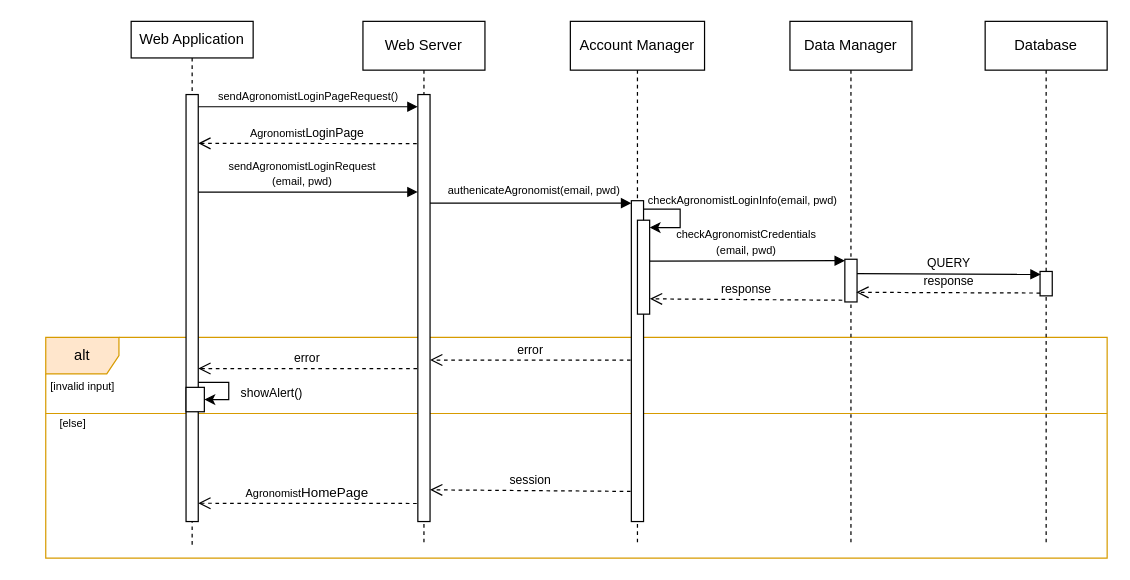
ictar/DREAM-SE2-Project-2022 keeps this draw.io diagram as page "A-login-UC2" (2 of 18) of DD/UML/Runtime.drawio. Above is the earlier version. Source tidied: cells renumbered, new cells numbered last; positions are measured from the earlier drawing's top-left corner, leaving out a move shared by most shapes. Both pictures are drawn from the tidied source at 122%, with x=0, y=0 at pixel (21, 21).
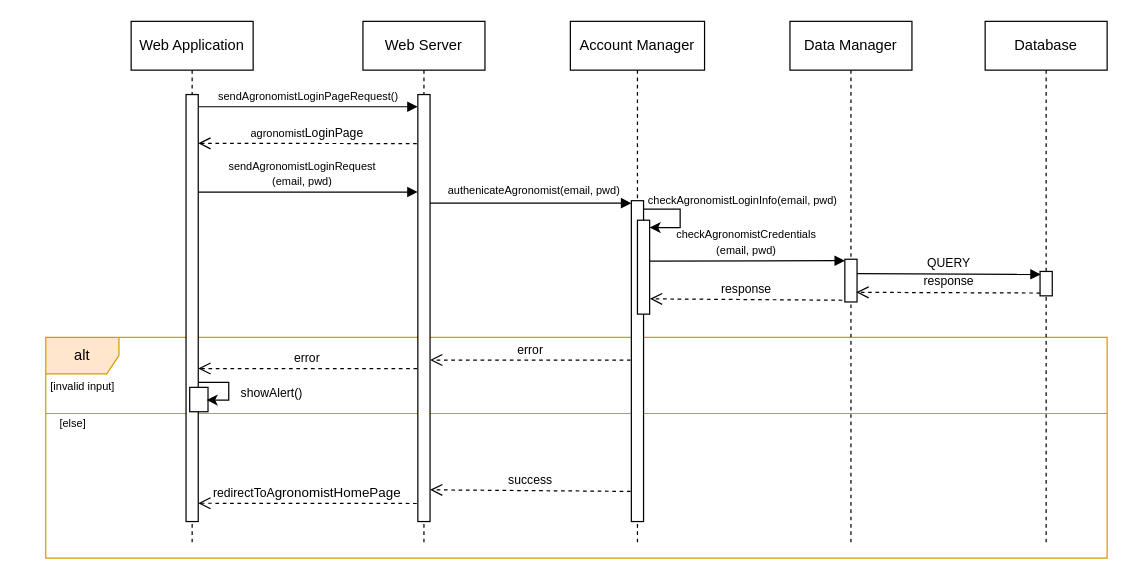
After the change.

What changed in the source:
```diff
@@
-    <mxCell id="4" value="Web Application" style="shape=umlLifeline;perimeter=lifelinePerimeter;whiteSpace=wrap;html=1;size=30;" parent="1" vertex="1">
+    <mxCell id="4" value="Web Application" style="shape=umlLifeline;perimeter=lifelinePerimeter;whiteSpace=wrap;html=1;size=40;" parent="1" vertex="1">
       <mxGeometry x="90" width="100" height="430" as="geometry" />
     </mxCell>
@@
-    <mxCell id="8" value="&lt;span style=&quot;font-size: 9px&quot;&gt;Agronomist&lt;/span&gt;HomePage" style="html=1;verticalAlign=bottom;endArrow=open;dashed=1;endSize=8;exitX=-0.09;exitY=0.822;rounded=0;exitDx=0;exitDy=0;exitPerimeter=0;" parent="1" edge="1">
+    <mxCell id="8" value="&lt;span style=&quot;font-family: &amp;#34;helvetica&amp;#34; ; font-size: x-small&quot;&gt;redirectToA&lt;/span&gt;gronomistHomePage" style="html=1;verticalAlign=bottom;endArrow=open;dashed=1;endSize=8;exitX=-0.09;exitY=0.822;rounded=0;exitDx=0;exitDy=0;exitPerimeter=0;" parent="1" edge="1">
       <mxGeometry relative="1" as="geometry">
         <mxPoint x="324.1" y="395.2" as="sourcePoint" />
         <mxPoint x="145" y="395" as="targetPoint" />
       </mxGeometry>
     </mxCell>
@@
-    <mxCell id="23" value="&lt;span style=&quot;font-size: 10px&quot;&gt;session&lt;/span&gt;" style="html=1;verticalAlign=bottom;endArrow=open;dashed=1;endSize=8;rounded=0;exitX=-0.067;exitY=0.831;exitDx=0;exitDy=0;exitPerimeter=0;entryX=0.992;entryY=0.251;entryDx=0;entryDy=0;entryPerimeter=0;" parent="1" edge="1">
+    <mxCell id="23" value="&lt;span style=&quot;font-size: 10px&quot;&gt;success&lt;/span&gt;" style="html=1;verticalAlign=bottom;endArrow=open;dashed=1;endSize=8;rounded=0;exitX=-0.067;exitY=0.831;exitDx=0;exitDy=0;exitPerimeter=0;entryX=0.992;entryY=0.251;entryDx=0;entryDy=0;entryPerimeter=0;" parent="1" edge="1">
       <mxGeometry relative="1" as="geometry">
         <mxPoint x="499.4" y="385.3" as="sourcePoint" />
         <mxPoint x="335" y="384" as="targetPoint" />
       </mxGeometry>
     </mxCell>
@@
-    <mxCell id="27" value="&lt;font style=&quot;font-size: 10px&quot;&gt;&lt;span style=&quot;font-size: 9px&quot;&gt;Agronomist&lt;/span&gt;LoginPage&lt;/font&gt;" style="html=1;verticalAlign=bottom;endArrow=open;dashed=1;endSize=8;exitX=-0.09;exitY=0.822;rounded=0;exitDx=0;exitDy=0;exitPerimeter=0;" parent="1" edge="1">
+    <mxCell id="27" value="&lt;font style=&quot;font-size: 10px&quot;&gt;&lt;span style=&quot;font-size: 9px&quot;&gt;agronomist&lt;/span&gt;LoginPage&lt;/font&gt;" style="html=1;verticalAlign=bottom;endArrow=open;dashed=1;endSize=8;exitX=-0.09;exitY=0.822;rounded=0;exitDx=0;exitDy=0;exitPerimeter=0;" parent="1" edge="1">
       <mxGeometry relative="1" as="geometry">
         <mxPoint x="324.1" y="100.2" as="sourcePoint" />
         <mxPoint x="145" y="100" as="targetPoint" />
       </mxGeometry>
     </mxCell>
@@
     <mxCell id="31" style="html=1;points=[];perimeter=orthogonalPerimeter;" parent="1" vertex="1">
-      <mxGeometry x="135" y="300" width="15" height="20" as="geometry" />
+      <mxGeometry x="138" y="300" width="15" height="20" as="geometry" />
     </mxCell>
-    <mxCell id="32" style="endArrow=classic;html=1;rounded=0;fontSize=9;edgeStyle=orthogonalEdgeStyle;endFill=1;" parent="1" edge="1">
+    <mxCell id="32" style="endArrow=classic;html=1;rounded=0;fontSize=9;edgeStyle=orthogonalEdgeStyle;endFill=1;entryX=0.926;entryY=0.521;entryDx=0;entryDy=0;entryPerimeter=0;" parent="1" edge="1" target="31">
       <mxGeometry relative="1" as="geometry">
         <mxPoint x="145" y="296" as="sourcePoint" />
-        <mxPoint x="150" y="310" as="targetPoint" />
         <Array as="points">
           <mxPoint x="170" y="296" />
           <mxPoint x="170" y="310" />
         </Array>
       </mxGeometry>
     </mxCell>
```
